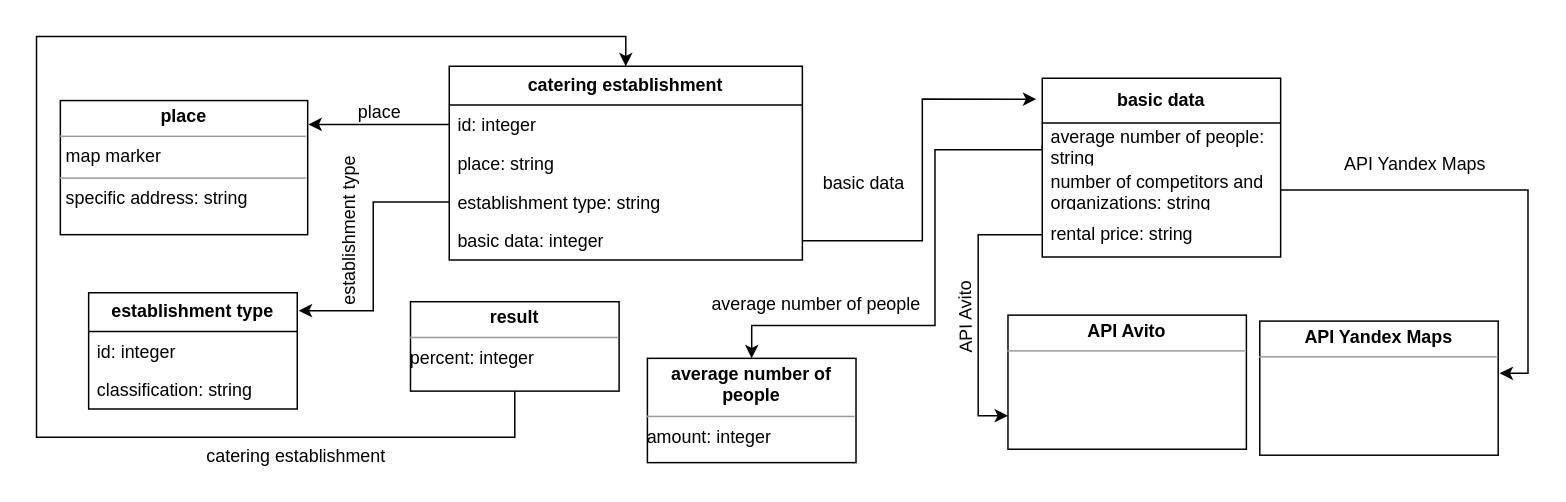
elmirhismatov/Diplom keeps this draw.io diagram as Диаграмма классов.drawio. Above is the earlier version. Source tidied: cells renumbered, new cells numbered last; positions are measured from the earlier drawing's top-left corner, leaving out a move shared by most shapes. Both pictures are drawn from the tidied source at 149%, with x=0, y=0 at pixel (36, 36).
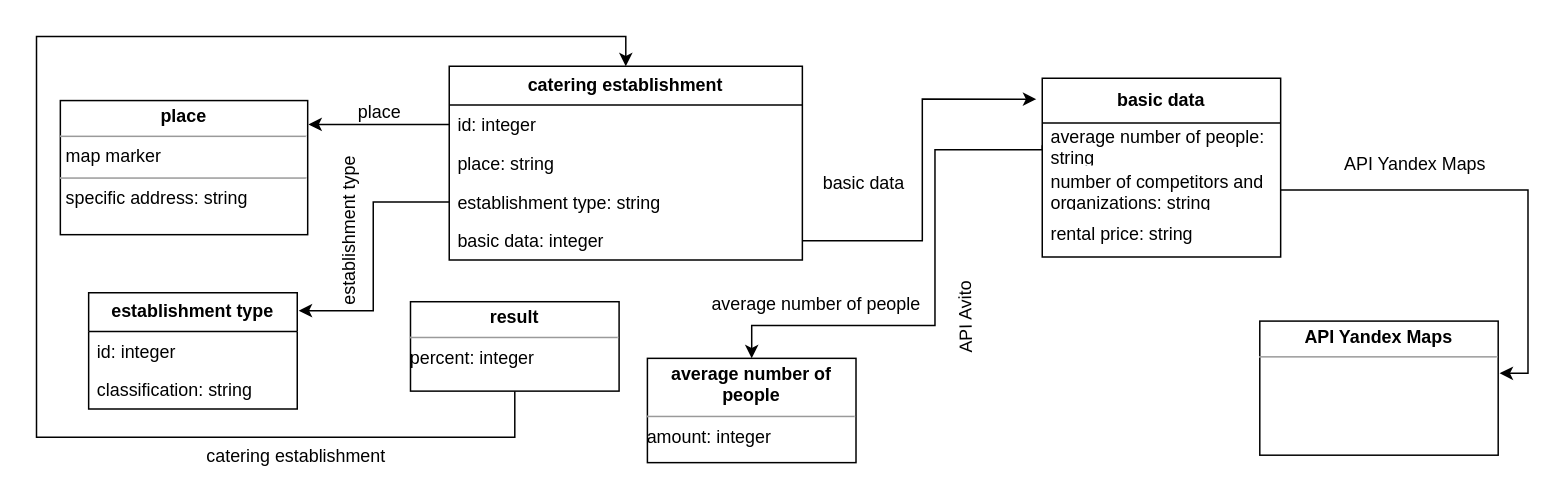
Above is the later version.

The change refers to these unchanged cells:
```xml
<mxCell id="13" value="rental price: string" style="text;strokeColor=none;fillColor=none;align=left;verticalAlign=middle;spacingLeft=4;spacingRight=4;overflow=hidden;points=[[0,0.5],[1,0.5]];portConstraint=eastwest;whiteSpace=wrap;html=1;" parent="10" vertex="1">
  <mxGeometry y="90" width="160" height="30" as="geometry" />
</mxCell>
```

The edit, as a diff of the source:
```diff
@@
-    <mxCell id="17" value="&lt;p style=&quot;margin:0px;margin-top:4px;text-align:center;&quot;&gt;&lt;b&gt;API Avito&lt;/b&gt;&lt;/p&gt;&lt;hr size=&quot;1&quot;&gt;&lt;p style=&quot;margin:0px;margin-left:4px;&quot;&gt;&lt;br&gt;&lt;/p&gt;" style="verticalAlign=top;align=left;overflow=fill;fontSize=12;fontFamily=Helvetica;html=1;whiteSpace=wrap;" parent="1" vertex="1">
-      <mxGeometry x="652" y="187" width="160" height="90" as="geometry" />
-    </mxCell>
@@
-    <mxCell id="21" style="edgeStyle=orthogonalEdgeStyle;rounded=0;jettySize=auto;html=1;exitX=0;exitY=0.5;exitDx=0;exitDy=0;entryX=0;entryY=0.75;entryDx=0;entryDy=0;" parent="1" edge="1" source="13" target="17">
-      <mxGeometry relative="1" as="geometry" />
-    </mxCell>
```
